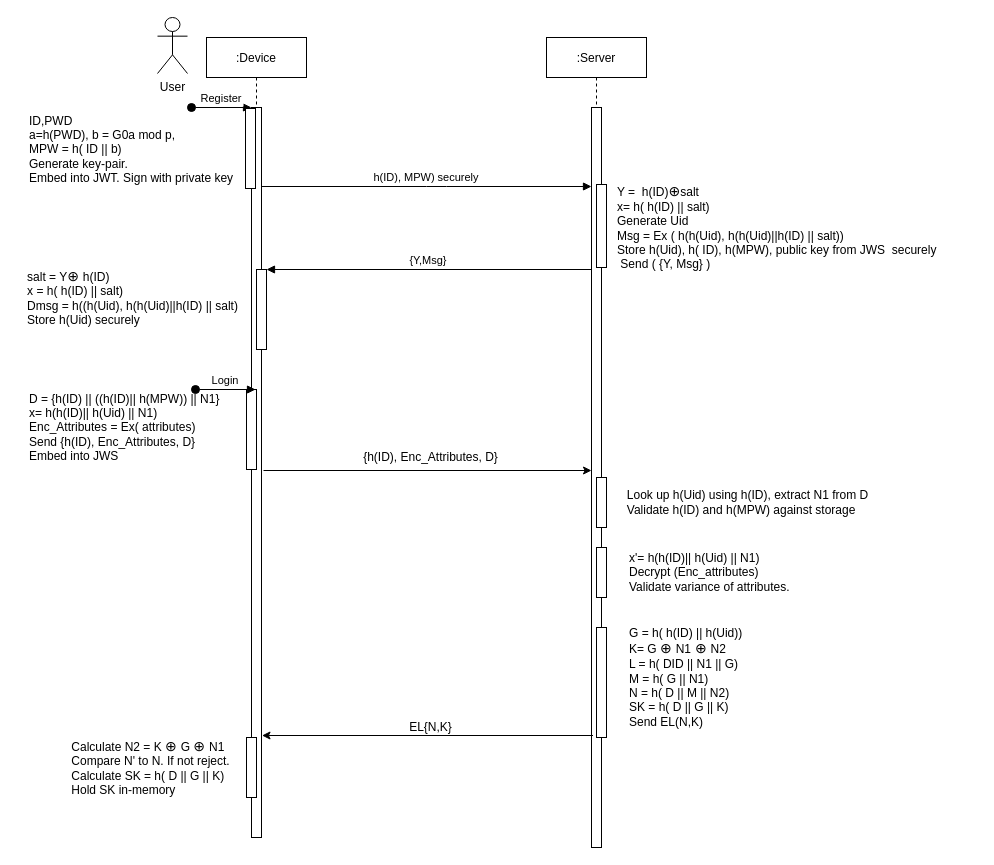
The draw.io diagram Login_Sequence_Diagram.drawio in vivinkrishnan/drawio, before the edit. Source tidied: cells renumbered, new cells numbered last; positions are measured from the earlier drawing's top-left corner, leaving out a move shared by most shapes. Both pictures are drawn from the tidied source at 100%, with x=0, y=0 at pixel (17, 17).
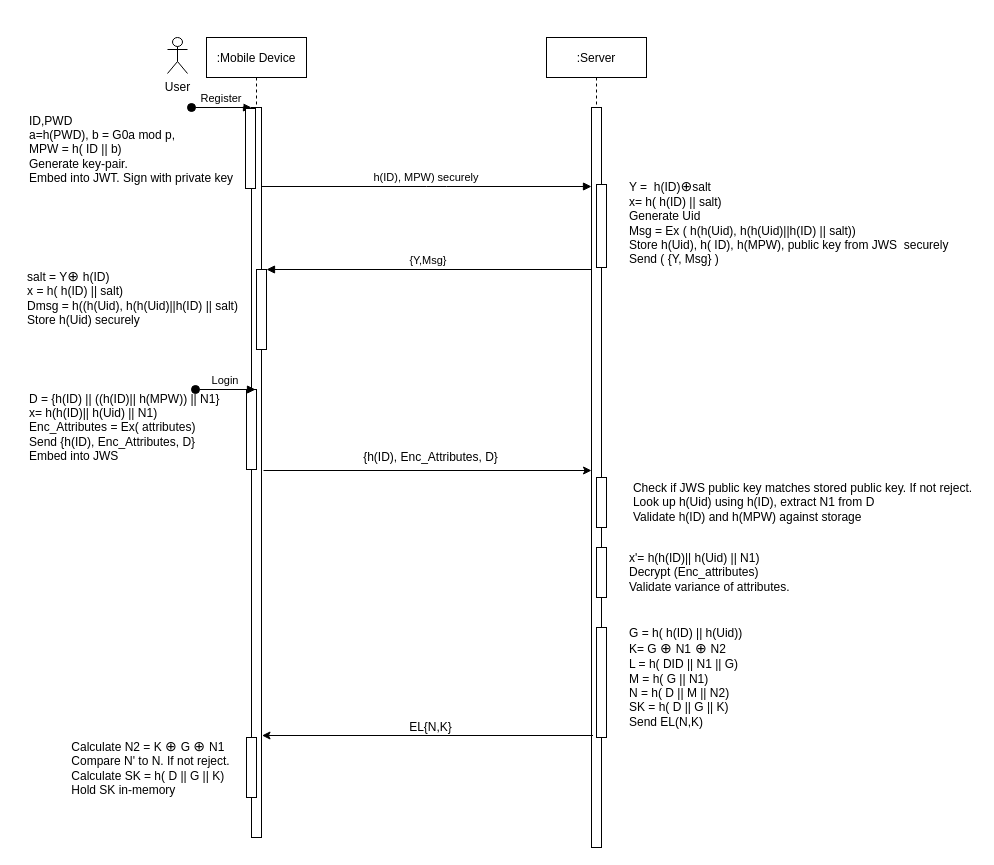
The same diagram, later.

What changed in the source:
```diff
@@
-    <mxCell id="2" value=":Device" style="shape=umlLifeline;perimeter=lifelinePerimeter;rounded=0;shadow=0;strokeWidth=1;" parent="1" vertex="1">
+    <mxCell id="2" value=":Mobile Device" style="shape=umlLifeline;perimeter=lifelinePerimeter;rounded=0;shadow=0;strokeWidth=1;" parent="1" vertex="1">
       <mxGeometry x="189" y="20" width="100" height="800" as="geometry" />
     </mxCell>
@@
     <mxCell id="18" value="User" style="shape=umlActor;verticalLabelPosition=bottom;verticalAlign=top;html=1;" parent="1" vertex="1">
-      <mxGeometry x="140" width="30" height="56" as="geometry" />
+      <mxGeometry x="150" y="20" width="20" height="36" as="geometry" />
     </mxCell>
@@
-    <mxCell id="20" value="Y =&amp;nbsp; h(ID)&lt;span id=&quot;docs-internal-guid-e49e2a0b-7fff-2932-c1dd-dcc5686d5943&quot;&gt;&lt;span style=&quot;background-color: rgb(255 , 255 , 255) ; vertical-align: baseline&quot;&gt;&lt;font style=&quot;font-size: 14px&quot;&gt;⊕&lt;/font&gt;&lt;/span&gt;&lt;/span&gt;salt &lt;br&gt;x= h( h(ID) || salt)&lt;br&gt;Generate Uid&lt;br&gt;Msg = Ex ( h(h(Uid), h(h(Uid)||h(ID) || salt))&lt;br&gt;Store h(Uid), h( ID), h(MPW), public key from JWS&amp;nbsp; securely&lt;br&gt;&amp;nbsp;Send ( {Y, Msg} )" style="text;html=1;align=left;verticalAlign=middle;strokeColor=none;fillColor=none;" parent="1" vertex="1">
-      <mxGeometry x="598" y="165" width="330" height="90" as="geometry" />
+    <mxCell id="20" value="Y =&amp;nbsp; h(ID)&lt;span id=&quot;docs-internal-guid-e49e2a0b-7fff-2932-c1dd-dcc5686d5943&quot;&gt;&lt;span style=&quot;background-color: rgb(255 , 255 , 255) ; vertical-align: baseline&quot;&gt;&lt;font style=&quot;font-size: 14px&quot;&gt;⊕&lt;/font&gt;&lt;/span&gt;&lt;/span&gt;salt &lt;br&gt;x= h( h(ID) || salt)&lt;br&gt;Generate Uid&lt;br&gt;Msg = Ex ( h(h(Uid), h(h(Uid)||h(ID) || salt))&lt;br&gt;Store h(Uid), h( ID), h(MPW), public key from JWS&amp;nbsp; securely&lt;br&gt;Send ( {Y, Msg} )" style="text;html=1;align=left;verticalAlign=middle;strokeColor=none;fillColor=none;" parent="1" vertex="1">
+      <mxGeometry x="610" y="160" width="330" height="90" as="geometry" />
     </mxCell>
@@
-    <mxCell id="25" value="&lt;div style=&quot;text-align: left&quot;&gt;&lt;span&gt;Look up h(Uid) using h(ID), extract N1 from D&lt;/span&gt;&lt;/div&gt;&lt;div style=&quot;text-align: left&quot;&gt;&lt;span&gt;Validate h(ID) and h(MPW) against storage&lt;/span&gt;&lt;/div&gt;" style="text;html=1;align=center;verticalAlign=middle;strokeColor=none;fillColor=none;fontSize=12;fontFamily=Helvetica;fontColor=#000000;" parent="1" vertex="1">
-      <mxGeometry x="600" y="470" width="260" height="30" as="geometry" />
+    <mxCell id="25" value="&lt;div style=&quot;text-align: left&quot;&gt;&lt;span&gt;Check if JWS public key matches stored public key. If not reject.&lt;br&gt;Look up h(Uid) using h(ID), extract N1 from D&lt;/span&gt;&lt;/div&gt;&lt;div style=&quot;text-align: left&quot;&gt;&lt;span&gt;Validate h(ID) and h(MPW) against storage&lt;/span&gt;&lt;/div&gt;" style="text;html=1;align=center;verticalAlign=middle;strokeColor=none;fillColor=none;fontSize=12;fontFamily=Helvetica;fontColor=#000000;" parent="1" vertex="1">
+      <mxGeometry x="610" y="460" width="350" height="50" as="geometry" />
     </mxCell>
```
